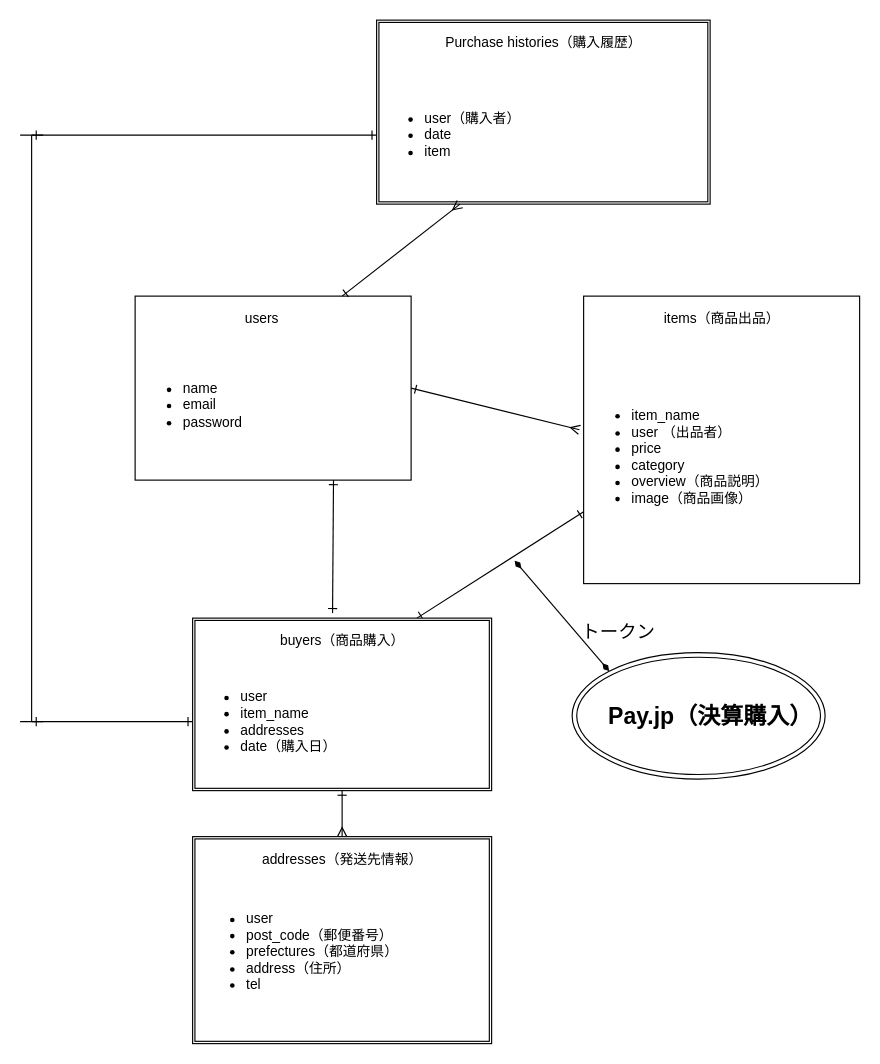
Before: furima_ER.dio in MotoSaku/furima-36662, a draw.io diagram. Source tidied: cells renumbered, new cells numbered last; positions are measured from the earlier drawing's top-left corner, leaving out a move shared by most shapes. Both pictures are drawn from the tidied source at 115%, with x=0, y=0 at pixel (20, 20).
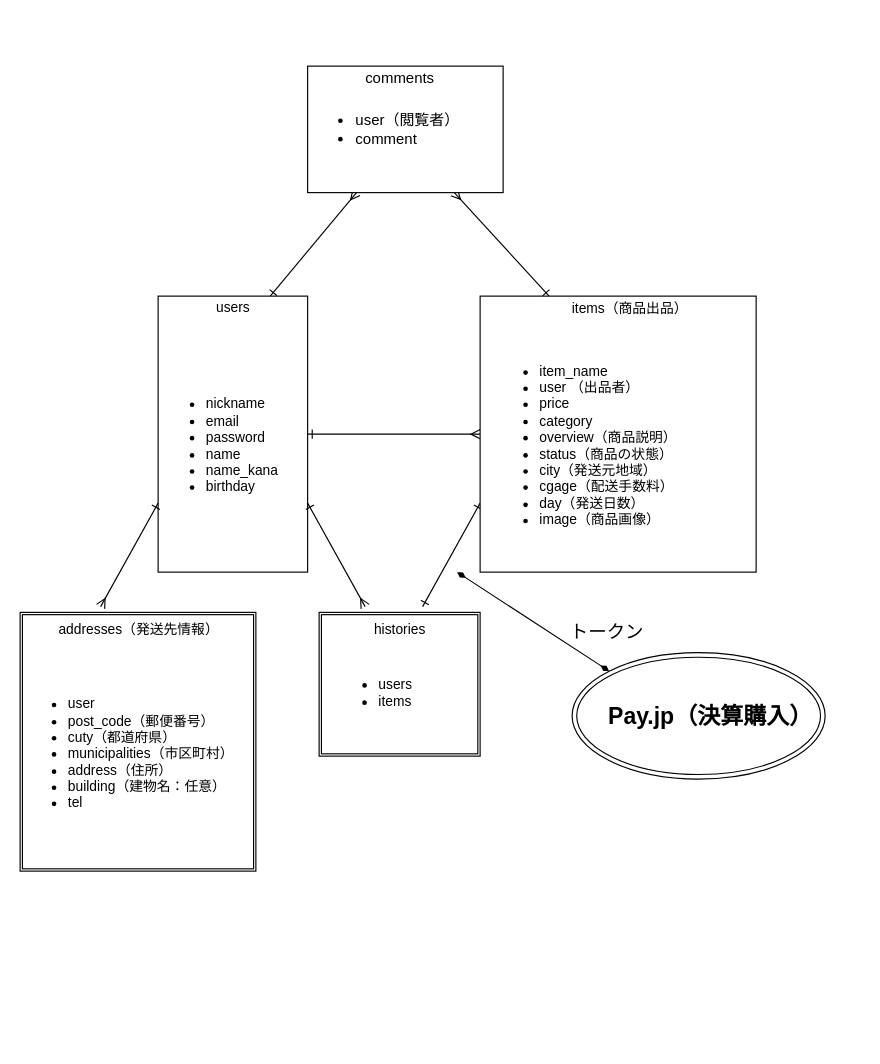
The same page after the edit.

The change refers to these unchanged cells:
```xml
<mxCell id="25" style="ellipse;shape=doubleEllipse;whiteSpace=wrap;html=1;" parent="1" vertex="1">
  <mxGeometry x="480" y="550" width="220" height="110" as="geometry" />
</mxCell>
```

What changed in the source:
```diff
@@
-    <mxCell id="2" style="edgeStyle=none;html=1;exitX=1;exitY=0.5;exitDx=0;exitDy=0;entryX=-0.015;entryY=0.392;entryDx=0;entryDy=0;entryPerimeter=0;startArrow=ERone;startFill=0;endArrow=ERmany;endFill=0;" parent="1" edge="1" source="3" target="8">
-      <mxGeometry relative="1" as="geometry" />
-    </mxCell>
+    <mxCell id="29" style="edgeStyle=none;html=1;exitX=1;exitY=0.5;exitDx=0;exitDy=0;entryX=0;entryY=0.5;entryDx=0;entryDy=0;fontSize=20;startArrow=ERone;startFill=0;endArrow=ERmany;endFill=0;" parent="1" edge="1" source="3" target="6">
+      <mxGeometry relative="1" as="geometry" />
+    </mxCell>
+    <mxCell id="30" style="edgeStyle=none;html=1;exitX=0.75;exitY=0;exitDx=0;exitDy=0;entryX=0.25;entryY=1;entryDx=0;entryDy=0;fontSize=13;startArrow=ERone;startFill=0;endArrow=ERmany;endFill=0;" parent="1" edge="1" source="3" target="35">
+      <mxGeometry relative="1" as="geometry" />
+    </mxCell>
     <mxCell id="3" style="rounded=0;whiteSpace=wrap;html=1;" parent="1" vertex="1">
-      <mxGeometry x="100" y="240" width="240" height="160" as="geometry" />
+      <mxGeometry x="120" y="240" width="130" height="240" as="geometry" />
     </mxCell>
     <mxCell id="4" value="users" style="text;html=1;align=center;verticalAlign=middle;strokeColor=none;" parent="1" vertex="1">
-      <mxGeometry x="190" y="250" width="40" height="20" as="geometry" />
+      <mxGeometry x="165" y="240" width="40" height="20" as="geometry" />
     </mxCell>
-    <mxCell id="5" style="edgeStyle=none;html=1;exitX=0;exitY=0.75;exitDx=0;exitDy=0;entryX=0.75;entryY=0;entryDx=0;entryDy=0;startArrow=ERone;startFill=0;endArrow=ERone;endFill=0;" parent="1" edge="1" source="6" target="11">
-      <mxGeometry relative="1" as="geometry" />
-    </mxCell>
+    <mxCell id="31" style="edgeStyle=none;html=1;exitX=0;exitY=0.75;exitDx=0;exitDy=0;fontSize=20;startArrow=ERone;startFill=0;endArrow=ERone;endFill=0;" parent="1" edge="1" source="6">
+      <mxGeometry relative="1" as="geometry">
+        <mxPoint x="350" y="510" as="targetPoint" />
+      </mxGeometry>
+    </mxCell>
     <mxCell id="6" style="whiteSpace=wrap;html=1;" parent="1" vertex="1">
-      <mxGeometry x="490" y="240" width="240" height="250" as="geometry" />
+      <mxGeometry x="400" y="240" width="240" height="240" as="geometry" />
     </mxCell>
     <mxCell id="7" value="items（商品出品）" style="text;html=1;align=center;verticalAlign=middle;strokeColor=none;" parent="1" vertex="1">
-      <mxGeometry x="550" y="250" width="120" height="20" as="geometry" />
+      <mxGeometry x="470" y="241" width="120" height="20" as="geometry" />
     </mxCell>
-    <mxCell id="8" value="&lt;ul&gt;&lt;li&gt;item_name&lt;/li&gt;&lt;li&gt;user （出品者）&lt;/li&gt;&lt;li&gt;price&lt;/li&gt;&lt;li&gt;category&lt;/li&gt;&lt;li&gt;overview（商品説明）&lt;/li&gt;&lt;li&gt;image（商品画像）&lt;/li&gt;&lt;/ul&gt;" style="text;strokeColor=none;fillColor=none;html=1;whiteSpace=wrap;verticalAlign=middle;overflow=hidden;" parent="1" vertex="1">
-      <mxGeometry x="490" y="270" width="240" height="220" as="geometry" />
+    <mxCell id="8" value="&lt;ul&gt;&lt;li&gt;item_name&lt;/li&gt;&lt;li&gt;user （出品者）&lt;/li&gt;&lt;li&gt;price&lt;/li&gt;&lt;li&gt;category&lt;/li&gt;&lt;li&gt;overview（商品説明）&lt;/li&gt;&lt;li&gt;status（商品の状態）&lt;/li&gt;&lt;li&gt;city（発送元地域）&lt;/li&gt;&lt;li&gt;cgage（配送手数料）&lt;/li&gt;&lt;li&gt;day（発送日数）&lt;/li&gt;&lt;li&gt;image（商品画像）&lt;/li&gt;&lt;/ul&gt;" style="text;strokeColor=none;fillColor=none;html=1;whiteSpace=wrap;verticalAlign=middle;overflow=hidden;" parent="1" vertex="1">
+      <mxGeometry x="410" y="260" width="220" height="220" as="geometry" />
     </mxCell>
-    <mxCell id="9" style="edgeStyle=none;html=1;exitX=0.75;exitY=1;exitDx=0;exitDy=0;entryX=0.468;entryY=-0.029;entryDx=0;entryDy=0;entryPerimeter=0;startArrow=ERone;startFill=0;endArrow=ERone;endFill=0;" parent="1" edge="1" source="10" target="11">
-      <mxGeometry relative="1" as="geometry" />
-    </mxCell>
+    <mxCell id="32" style="edgeStyle=none;html=1;exitX=1;exitY=0.75;exitDx=0;exitDy=0;fontSize=20;startArrow=ERone;startFill=0;endArrow=ERmany;endFill=0;" parent="1" edge="1" source="10">
+      <mxGeometry relative="1" as="geometry">
+        <mxPoint x="300" y="510" as="targetPoint" />
+      </mxGeometry>
+    </mxCell>
+    <mxCell id="33" style="edgeStyle=none;html=1;exitX=0;exitY=0.75;exitDx=0;exitDy=0;fontSize=20;startArrow=ERone;startFill=0;endArrow=ERmany;endFill=0;" parent="1" edge="1" source="10">
+      <mxGeometry relative="1" as="geometry">
+        <mxPoint x="70" y="510" as="targetPoint" />
+      </mxGeometry>
+    </mxCell>
-    <mxCell id="10" value="&lt;ul&gt;&lt;li&gt;name&lt;/li&gt;&lt;li&gt;email&lt;/li&gt;&lt;li&gt;password&lt;/li&gt;&lt;/ul&gt;" style="text;strokeColor=none;fillColor=none;html=1;whiteSpace=wrap;verticalAlign=middle;overflow=hidden;" parent="1" vertex="1">
-      <mxGeometry x="100" y="270" width="230" height="130" as="geometry" />
+    <mxCell id="10" value="&lt;ul&gt;&lt;li&gt;nickname&lt;/li&gt;&lt;li&gt;email&lt;/li&gt;&lt;li&gt;password&lt;/li&gt;&lt;li&gt;name&lt;/li&gt;&lt;li&gt;name_kana&lt;/li&gt;&lt;li&gt;birthday&lt;/li&gt;&lt;/ul&gt;" style="text;strokeColor=none;fillColor=none;html=1;whiteSpace=wrap;verticalAlign=middle;overflow=hidden;" parent="1" vertex="1">
+      <mxGeometry x="120" y="270" width="130" height="200" as="geometry" />
     </mxCell>
     <mxCell id="11" style="shape=ext;double=1;rounded=0;whiteSpace=wrap;html=1;" parent="1" vertex="1">
-      <mxGeometry x="150" y="520" width="260" height="150" as="geometry" />
+      <mxGeometry x="260" y="515" width="140" height="125" as="geometry" />
     </mxCell>
-    <mxCell id="12" value="buyers（商品購入）" style="text;html=1;align=center;verticalAlign=middle;strokeColor=none;" parent="1" vertex="1">
-      <mxGeometry x="220" y="530" width="120" height="20" as="geometry" />
+    <mxCell id="12" value="histories" style="text;html=1;align=center;verticalAlign=middle;strokeColor=none;" parent="1" vertex="1">
+      <mxGeometry x="300" y="520" width="60" height="20" as="geometry" />
     </mxCell>
-    <mxCell id="13" style="edgeStyle=none;html=1;entryX=0.5;entryY=0;entryDx=0;entryDy=0;startArrow=ERone;startFill=0;endArrow=ERmany;endFill=0;" parent="1" edge="1" source="15" target="16">
-      <mxGeometry relative="1" as="geometry" />
-    </mxCell>
-    <mxCell id="14" style="edgeStyle=none;html=1;exitX=0;exitY=0.5;exitDx=0;exitDy=0;fontSize=20;startArrow=ERone;startFill=0;endArrow=ERone;endFill=0;entryX=1;entryY=0.5;entryDx=0;entryDy=0;entryPerimeter=0;" parent="1" edge="1" source="15" target="28">
-      <mxGeometry relative="1" as="geometry" />
-    </mxCell>
-    <mxCell id="15" value="&lt;ul&gt;&lt;li&gt;user&lt;/li&gt;&lt;li&gt;item_name&lt;/li&gt;&lt;li&gt;addresses&lt;/li&gt;&lt;li&gt;date（購入日）&lt;/li&gt;&lt;/ul&gt;" style="text;strokeColor=none;fillColor=none;html=1;whiteSpace=wrap;verticalAlign=middle;overflow=hidden;" parent="1" vertex="1">
-      <mxGeometry x="150" y="550" width="260" height="120" as="geometry" />
+    <mxCell id="15" value="&lt;ul&gt;&lt;li&gt;users&lt;/li&gt;&lt;li&gt;items&lt;/li&gt;&lt;/ul&gt;" style="text;strokeColor=none;fillColor=none;html=1;whiteSpace=wrap;verticalAlign=middle;overflow=hidden;" parent="1" vertex="1">
+      <mxGeometry x="270" y="540" width="120" height="90" as="geometry" />
     </mxCell>
     <mxCell id="16" style="shape=ext;double=1;rounded=0;whiteSpace=wrap;html=1;" parent="1" vertex="1">
-      <mxGeometry x="150" y="710" width="260" height="180" as="geometry" />
+      <mxGeometry y="515" width="205" height="225" as="geometry" />
     </mxCell>
     <mxCell id="17" value="addresses（発送先情報）" style="text;html=1;align=center;verticalAlign=middle;strokeColor=none;" parent="1" vertex="1">
-      <mxGeometry x="205" y="720" width="150" height="20" as="geometry" />
+      <mxGeometry x="27.5" y="520" width="150" height="20" as="geometry" />
     </mxCell>
-    <mxCell id="18" value="&lt;ul&gt;&lt;li&gt;user&lt;/li&gt;&lt;li&gt;post_code（郵便番号）&lt;/li&gt;&lt;li&gt;prefectures（都道府県）&lt;/li&gt;&lt;li&gt;address（住所）&lt;/li&gt;&lt;li&gt;tel&lt;/li&gt;&lt;/ul&gt;" style="text;strokeColor=none;fillColor=none;html=1;whiteSpace=wrap;verticalAlign=middle;overflow=hidden;" parent="1" vertex="1">
-      <mxGeometry x="155" y="740" width="255" height="140" as="geometry" />
+    <mxCell id="18" value="&lt;ul&gt;&lt;li&gt;user&lt;/li&gt;&lt;li&gt;post_code（郵便番号）&lt;/li&gt;&lt;li&gt;cuty（都道府県）&lt;/li&gt;&lt;li&gt;municipalities（市区町村）&lt;/li&gt;&lt;li&gt;address（住所）&lt;/li&gt;&lt;li&gt;building（建物名：任意）&lt;/li&gt;&lt;li&gt;tel&lt;/li&gt;&lt;/ul&gt;" style="text;strokeColor=none;fillColor=none;html=1;whiteSpace=wrap;verticalAlign=middle;overflow=hidden;" parent="1" vertex="1">
+      <mxGeometry y="545" width="190" height="185" as="geometry" />
     </mxCell>
-    <mxCell id="19" style="shape=ext;double=1;rounded=0;whiteSpace=wrap;html=1;" parent="1" vertex="1">
-      <mxGeometry x="310" width="290" height="160" as="geometry" />
-    </mxCell>
-    <mxCell id="20" value="Purchase histories（購入履歴）" style="text;html=1;align=center;verticalAlign=middle;strokeColor=none;" parent="1" vertex="1">
-      <mxGeometry x="360" y="10" width="190" height="20" as="geometry" />
-    </mxCell>
-    <mxCell id="21" style="edgeStyle=none;html=1;exitX=0.25;exitY=1;exitDx=0;exitDy=0;entryX=0.75;entryY=0;entryDx=0;entryDy=0;startArrow=ERmany;startFill=0;endArrow=ERone;endFill=0;" parent="1" edge="1" source="23" target="3">
-      <mxGeometry relative="1" as="geometry" />
-    </mxCell>
-    <mxCell id="22" style="edgeStyle=none;html=1;exitX=0;exitY=0.5;exitDx=0;exitDy=0;fontSize=20;startArrow=ERone;startFill=0;endArrow=ERone;endFill=0;entryX=0;entryY=0.5;entryDx=0;entryDy=0;entryPerimeter=0;" parent="1" edge="1" source="23" target="28">
-      <mxGeometry relative="1" as="geometry" />
-    </mxCell>
-    <mxCell id="23" value="&lt;ul&gt;&lt;li&gt;user（購入者）&lt;/li&gt;&lt;li&gt;date&lt;/li&gt;&lt;li&gt;item&lt;/li&gt;&lt;/ul&gt;" style="text;strokeColor=none;fillColor=none;html=1;whiteSpace=wrap;verticalAlign=middle;overflow=hidden;" parent="1" vertex="1">
-      <mxGeometry x="310" y="40" width="290" height="120" as="geometry" />
-    </mxCell>
     <mxCell id="24" style="edgeStyle=none;html=1;exitX=0;exitY=0;exitDx=0;exitDy=0;fontSize=20;startArrow=diamondThin;startFill=1;endArrow=diamondThin;endFill=1;" parent="1" edge="1" source="25">
       <mxGeometry relative="1" as="geometry">
-        <mxPoint x="430" y="470" as="targetPoint" />
+        <mxPoint x="380" y="480" as="targetPoint" />
       </mxGeometry>
     </mxCell>
@@
     <mxCell id="27" value="&lt;font style=&quot;font-size: 16px&quot;&gt;トークン&lt;/font&gt;" style="text;html=1;align=center;verticalAlign=middle;strokeColor=none;fontSize=20;" parent="1" vertex="1">
-      <mxGeometry x="480" y="515" width="80" height="30" as="geometry" />
+      <mxGeometry x="470" y="515" width="80" height="30" as="geometry" />
     </mxCell>
-    <mxCell id="28" style="shape=crossbar;whiteSpace=wrap;html=1;rounded=1;direction=south;fontSize=20;" parent="1" vertex="1">
-      <mxGeometry y="100" width="20" height="510" as="geometry" />
-    </mxCell>
+    <mxCell id="34" style="edgeStyle=none;html=1;exitX=0.75;exitY=1;exitDx=0;exitDy=0;entryX=0.25;entryY=0;entryDx=0;entryDy=0;fontSize=13;startArrow=ERmany;startFill=0;endArrow=ERone;endFill=0;" parent="1" edge="1" source="35" target="6">
+      <mxGeometry relative="1" as="geometry" />
+    </mxCell>
+    <mxCell id="35" style="rounded=0;whiteSpace=wrap;html=1;fontSize=20;" parent="1" vertex="1">
+      <mxGeometry x="250" y="40" width="170" height="110" as="geometry" />
+    </mxCell>
+    <mxCell id="36" value="comments" style="text;html=1;align=center;verticalAlign=middle;strokeColor=none;fontSize=13;" parent="1" vertex="1">
+      <mxGeometry x="290" y="40" width="80" height="20" as="geometry" />
+    </mxCell>
+    <mxCell id="37" value="&lt;ul&gt;&lt;li&gt;user（閲覧者）&lt;/li&gt;&lt;li&gt;comment&lt;/li&gt;&lt;/ul&gt;" style="text;strokeColor=none;fillColor=none;html=1;whiteSpace=wrap;verticalAlign=middle;overflow=hidden;fontSize=13;" parent="1" vertex="1">
+      <mxGeometry x="250" y="60" width="170" height="70" as="geometry" />
+    </mxCell>
```
